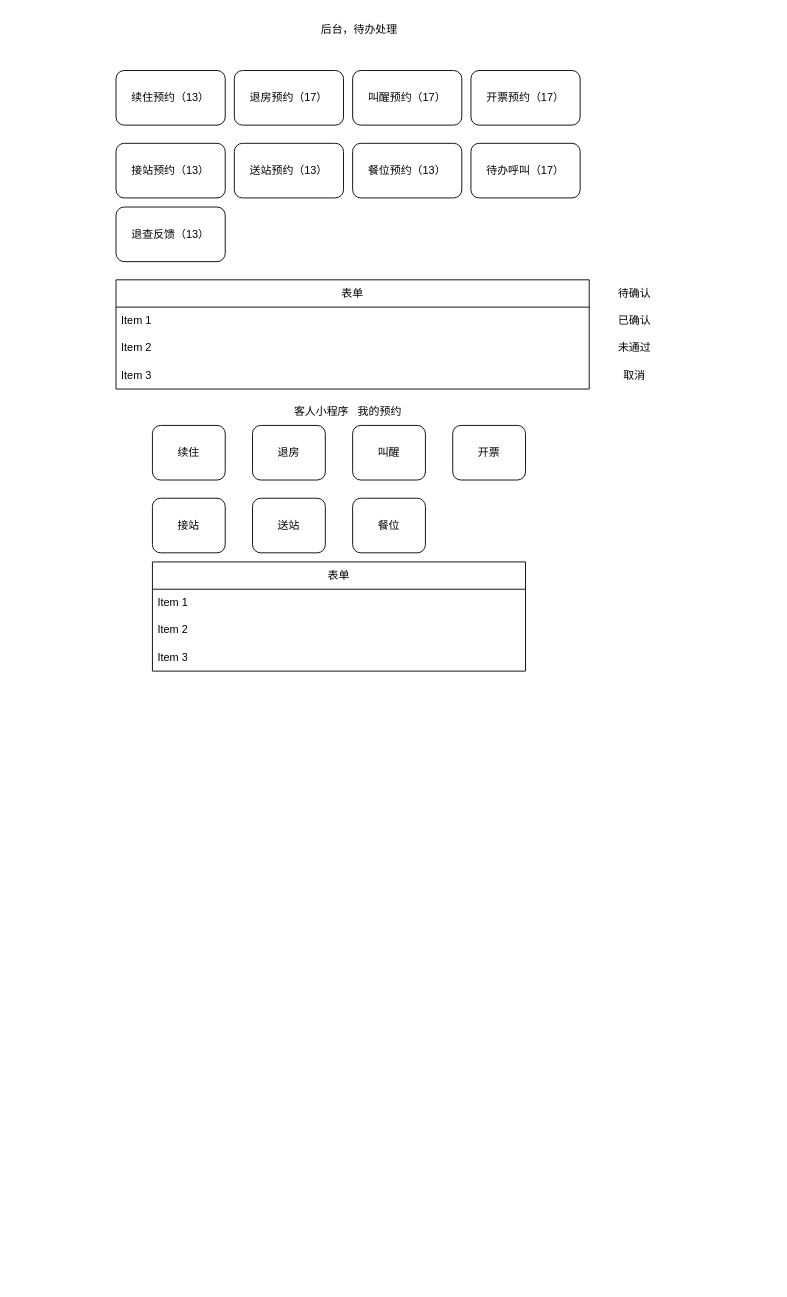
Above: xzzh/服务管家.drawio in daniel-7d/draw (draw.io), before the change. Source tidied: cells renumbered, new cells numbered last; positions are measured from the earlier drawing's top-left corner, leaving out a move shared by most shapes. Both pictures are drawn from the tidied source at 91%, with x=0, y=0 at pixel (116, 15).
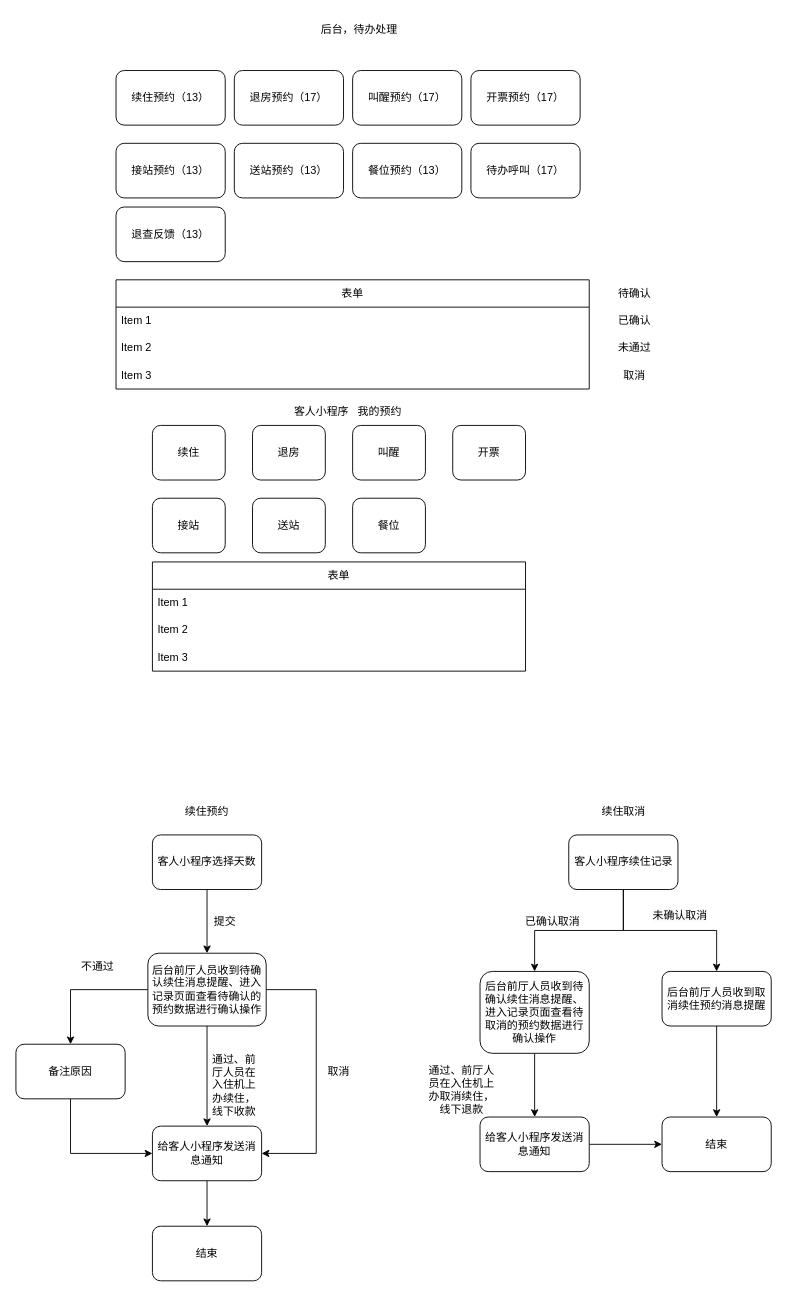
Above is the later version.

Commit message (it also covers changes not shown here):
更新服务管家.drawio

Diff of the diagram source:
```diff
@@
+    <mxCell id="32" value="续住预约" style="text;html=1;strokeColor=none;fillColor=none;align=center;verticalAlign=middle;whiteSpace=wrap;rounded=0;" parent="1" vertex="1">
+      <mxGeometry x="70" y="860" width="60" height="30" as="geometry" />
+    </mxCell>
+    <mxCell id="33" style="edgeStyle=orthogonalEdgeStyle;rounded=0;jettySize=auto;html=1;entryX=0.5;entryY=0;entryDx=0;entryDy=0;" parent="1" edge="1" source="34" target="38">
+      <mxGeometry relative="1" as="geometry" />
+    </mxCell>
+    <mxCell id="34" value="客人小程序选择天数" style="rounded=1;whiteSpace=wrap;html=1;" parent="1" vertex="1">
+      <mxGeometry x="40" y="900" width="120" height="60" as="geometry" />
+    </mxCell>
+    <mxCell id="35" style="edgeStyle=orthogonalEdgeStyle;rounded=0;jettySize=auto;html=1;entryX=0.5;entryY=0;entryDx=0;entryDy=0;" parent="1" edge="1" source="38" target="40">
+      <mxGeometry relative="1" as="geometry" />
+    </mxCell>
+    <mxCell id="36" style="edgeStyle=orthogonalEdgeStyle;rounded=0;jettySize=auto;html=1;" parent="1" edge="1" source="38" target="43">
+      <mxGeometry relative="1" as="geometry" />
+    </mxCell>
+    <mxCell id="37" style="edgeStyle=orthogonalEdgeStyle;rounded=0;jettySize=auto;html=1;entryX=1;entryY=0.5;entryDx=0;entryDy=0;" parent="1" edge="1" source="38" target="40">
+      <mxGeometry relative="1" as="geometry">
+        <Array as="points">
+          <mxPoint x="220" y="1070" />
+          <mxPoint x="220" y="1250" />
+        </Array>
+      </mxGeometry>
+    </mxCell>
+    <mxCell id="38" value="后台前厅人员收到待确认续住消息提醒、进入记录页面查看待确认的预约数据进行确认操作" style="rounded=1;whiteSpace=wrap;html=1;" parent="1" vertex="1">
+      <mxGeometry x="35" y="1030" width="130" height="80" as="geometry" />
+    </mxCell>
+    <mxCell id="39" style="edgeStyle=orthogonalEdgeStyle;rounded=0;jettySize=auto;html=1;entryX=0.5;entryY=0;entryDx=0;entryDy=0;" parent="1" edge="1" source="40" target="47">
+      <mxGeometry relative="1" as="geometry" />
+    </mxCell>
+    <mxCell id="40" value="给客人小程序发送消息通知" style="rounded=1;whiteSpace=wrap;html=1;" parent="1" vertex="1">
+      <mxGeometry x="40" y="1220" width="120" height="60" as="geometry" />
+    </mxCell>
+    <mxCell id="41" value="提交" style="text;html=1;strokeColor=none;fillColor=none;align=center;verticalAlign=middle;whiteSpace=wrap;rounded=0;" parent="1" vertex="1">
+      <mxGeometry x="90" y="980" width="60" height="30" as="geometry" />
+    </mxCell>
+    <mxCell id="42" style="edgeStyle=orthogonalEdgeStyle;rounded=0;jettySize=auto;html=1;entryX=0;entryY=0.5;entryDx=0;entryDy=0;" parent="1" edge="1" source="43" target="40">
+      <mxGeometry relative="1" as="geometry">
+        <Array as="points">
+          <mxPoint x="-50" y="1250" />
+        </Array>
+      </mxGeometry>
+    </mxCell>
+    <mxCell id="43" value="备注原因" style="rounded=1;whiteSpace=wrap;html=1;" parent="1" vertex="1">
+      <mxGeometry x="-110" y="1130" width="120" height="60" as="geometry" />
+    </mxCell>
+    <mxCell id="44" value="不通过" style="text;html=1;strokeColor=none;fillColor=none;align=center;verticalAlign=middle;whiteSpace=wrap;rounded=0;" parent="1" vertex="1">
+      <mxGeometry x="-50" y="1030" width="60" height="30" as="geometry" />
+    </mxCell>
+    <mxCell id="45" value="通过、前厅人员在入住机上办续住，线下收款" style="text;html=1;strokeColor=none;fillColor=none;align=center;verticalAlign=middle;whiteSpace=wrap;rounded=0;" parent="1" vertex="1">
+      <mxGeometry x="100" y="1140" width="60" height="70" as="geometry" />
+    </mxCell>
+    <mxCell id="46" value="取消" style="text;html=1;strokeColor=none;fillColor=none;align=center;verticalAlign=middle;whiteSpace=wrap;rounded=0;" parent="1" vertex="1">
+      <mxGeometry x="215" y="1135" width="60" height="50" as="geometry" />
+    </mxCell>
+    <mxCell id="47" value="结束" style="rounded=1;whiteSpace=wrap;html=1;" parent="1" vertex="1">
+      <mxGeometry x="40" y="1330" width="120" height="60" as="geometry" />
+    </mxCell>
+    <mxCell id="48" value="续住取消" style="text;html=1;strokeColor=none;fillColor=none;align=center;verticalAlign=middle;whiteSpace=wrap;rounded=0;" parent="1" vertex="1">
+      <mxGeometry x="527.5" y="860" width="60" height="30" as="geometry" />
+    </mxCell>
+    <mxCell id="49" style="edgeStyle=orthogonalEdgeStyle;rounded=0;jettySize=auto;html=1;entryX=0.5;entryY=0;entryDx=0;entryDy=0;" parent="1" edge="1" source="51" target="53">
+      <mxGeometry relative="1" as="geometry" />
+    </mxCell>
+    <mxCell id="50" style="edgeStyle=orthogonalEdgeStyle;rounded=0;jettySize=auto;html=1;entryX=0.5;entryY=0;entryDx=0;entryDy=0;" parent="1" edge="1" source="51" target="55">
+      <mxGeometry relative="1" as="geometry" />
+    </mxCell>
+    <mxCell id="51" value="客人小程序续住记录" style="rounded=1;whiteSpace=wrap;html=1;" parent="1" vertex="1">
+      <mxGeometry x="497.5" y="900" width="120" height="60" as="geometry" />
+    </mxCell>
+    <mxCell id="52" style="edgeStyle=orthogonalEdgeStyle;rounded=0;jettySize=auto;html=1;entryX=0.5;entryY=0;entryDx=0;entryDy=0;" parent="1" edge="1" source="53" target="60">
+      <mxGeometry relative="1" as="geometry" />
+    </mxCell>
+    <mxCell id="53" value="后台前厅人员收到待确认续住消息提醒、进入记录页面查看待取消的预约数据进行确认操作" style="rounded=1;whiteSpace=wrap;html=1;" parent="1" vertex="1">
+      <mxGeometry x="400" y="1050" width="120" height="90" as="geometry" />
+    </mxCell>
+    <mxCell id="54" style="edgeStyle=orthogonalEdgeStyle;rounded=0;jettySize=auto;html=1;" parent="1" edge="1" source="55" target="58">
+      <mxGeometry relative="1" as="geometry" />
+    </mxCell>
+    <mxCell id="55" value="后台前厅人员收到取消续住预约消息提醒" style="rounded=1;whiteSpace=wrap;html=1;" parent="1" vertex="1">
+      <mxGeometry x="600" y="1050" width="120" height="60" as="geometry" />
+    </mxCell>
+    <mxCell id="56" value="已确认取消" style="text;html=1;strokeColor=none;fillColor=none;align=center;verticalAlign=middle;whiteSpace=wrap;rounded=0;" parent="1" vertex="1">
+      <mxGeometry x="440" y="980" width="80" height="30" as="geometry" />
+    </mxCell>
+    <mxCell id="57" value="&lt;span style=&quot;color: rgb(0, 0, 0); font-family: Helvetica; font-size: 12px; font-style: normal; font-variant-ligatures: normal; font-variant-caps: normal; font-weight: 400; letter-spacing: normal; orphans: 2; text-align: center; text-indent: 0px; text-transform: none; widows: 2; word-spacing: 0px; -webkit-text-stroke-width: 0px; background-color: rgb(251, 251, 251); text-decoration-thickness: initial; text-decoration-style: initial; text-decoration-color: initial; float: none; display: inline !important;&quot;&gt;未确认取消&lt;/span&gt;" style="text;whiteSpace=wrap;html=1;" parent="1" vertex="1">
+      <mxGeometry x="587.5" y="975" width="90" height="40" as="geometry" />
+    </mxCell>
+    <mxCell id="58" value="结束" style="rounded=1;whiteSpace=wrap;html=1;" parent="1" vertex="1">
+      <mxGeometry x="600" y="1210" width="120" height="60" as="geometry" />
+    </mxCell>
+    <mxCell id="59" style="edgeStyle=orthogonalEdgeStyle;rounded=0;jettySize=auto;html=1;entryX=0;entryY=0.5;entryDx=0;entryDy=0;" parent="1" edge="1" source="60" target="58">
+      <mxGeometry relative="1" as="geometry" />
+    </mxCell>
+    <mxCell id="60" value="给客人小程序发送消息通知" style="rounded=1;whiteSpace=wrap;html=1;" parent="1" vertex="1">
+      <mxGeometry x="400" y="1210" width="120" height="60" as="geometry" />
+    </mxCell>
+    <mxCell id="61" value="通过、前厅人员在入住机上办取消续住，线下退款" style="text;html=1;strokeColor=none;fillColor=none;align=center;verticalAlign=middle;whiteSpace=wrap;rounded=0;" parent="1" vertex="1">
+      <mxGeometry x="340" y="1140" width="80" height="80" as="geometry" />
+    </mxCell>
```
